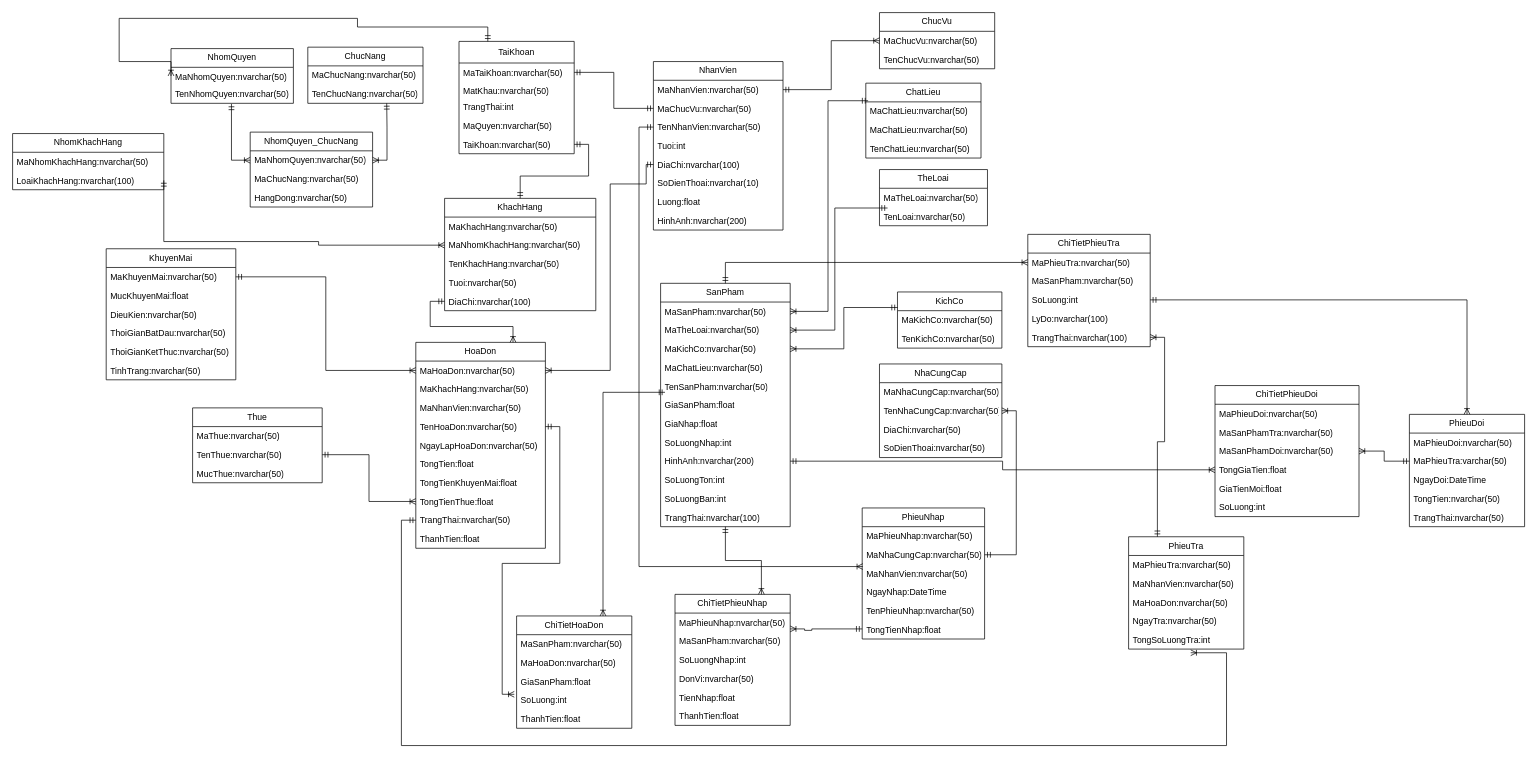
The draw.io diagram Biểu đồ không có tiêu đề (1).drawio in maivantai2003/Database, before the edit. Source tidied: cells renumbered, new cells numbered last; positions are measured from the earlier drawing's top-left corner, leaving out a move shared by most shapes. Both pictures are drawn from the tidied source at 72%, with x=0, y=0 at pixel (12, 12).
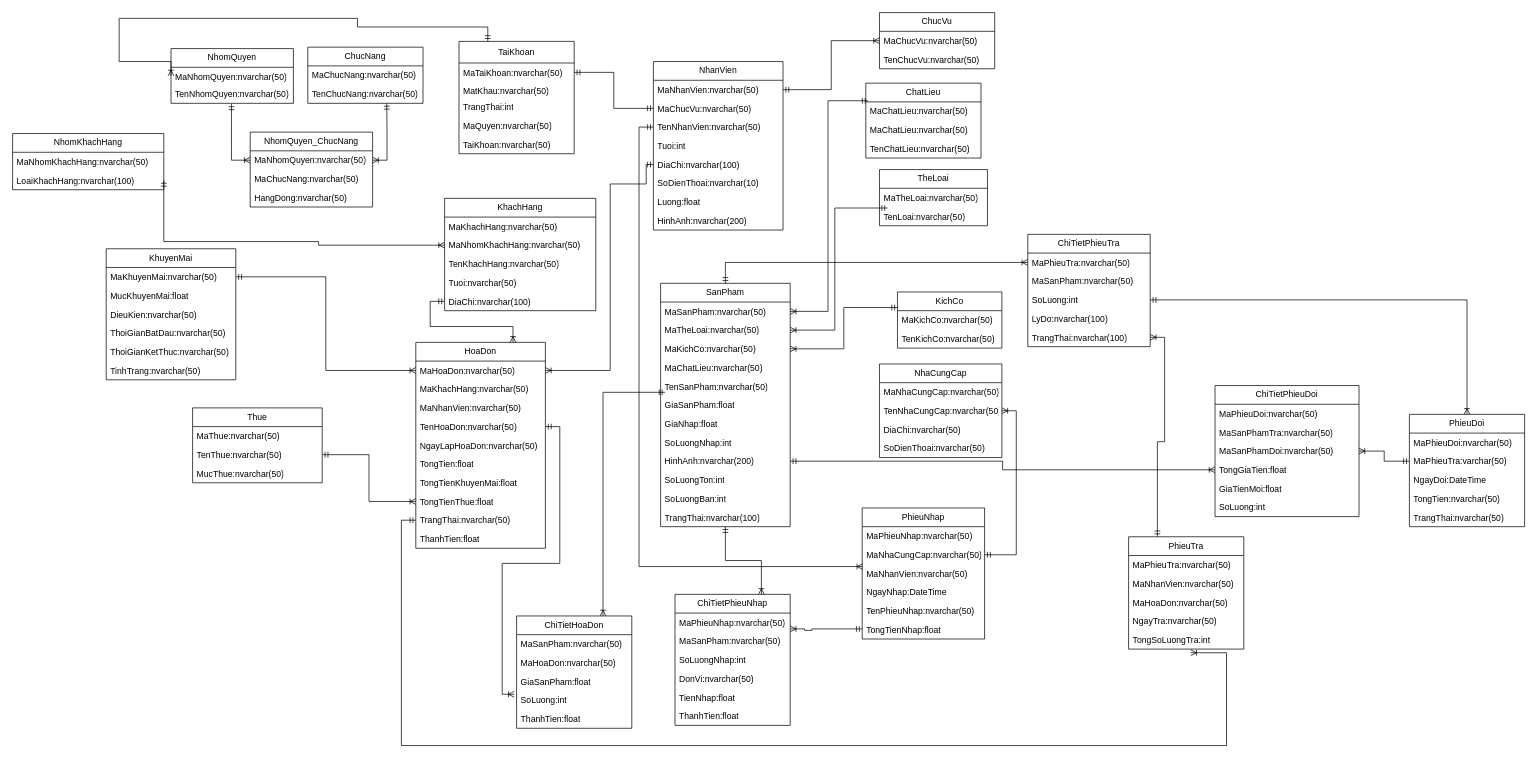
The same page after the edit.

Commit message:
Cập nhật Biểu đồ không có tiêu đề (1).drawio

The change refers to these unchanged cells:
```xml
<mxCell id="19" value="TaiKhoan:nvarchar(50)" style="text;strokeColor=none;fillColor=none;align=left;verticalAlign=top;spacingLeft=4;spacingRight=4;overflow=hidden;points=[[0,0.5],[1,0.5]];portConstraint=eastwest;whiteSpace=wrap;html=1;" parent="14" vertex="1">
  <mxGeometry y="130" width="160" height="26" as="geometry" />
</mxCell>
<mxCell id="35" value="KhachHang" style="swimlane;fontStyle=0;horizontal=1;startSize=26;fillColor=none;whiteSpace=wrap;html=1;" parent="1" vertex="1">
  <mxGeometry x="600" y="258" width="210" height="156" as="geometry" />
</mxCell>
```

The edit, as a diff of the source:
```diff
@@
-    <mxCell id="34" style="edgeStyle=orthogonalEdgeStyle;rounded=0;jettySize=auto;html=1;startArrow=ERmandOne;startFill=0;endArrow=ERmandOne;endFill=0;" parent="1" edge="1" source="35" target="19">
-      <mxGeometry relative="1" as="geometry" />
-    </mxCell>
```
